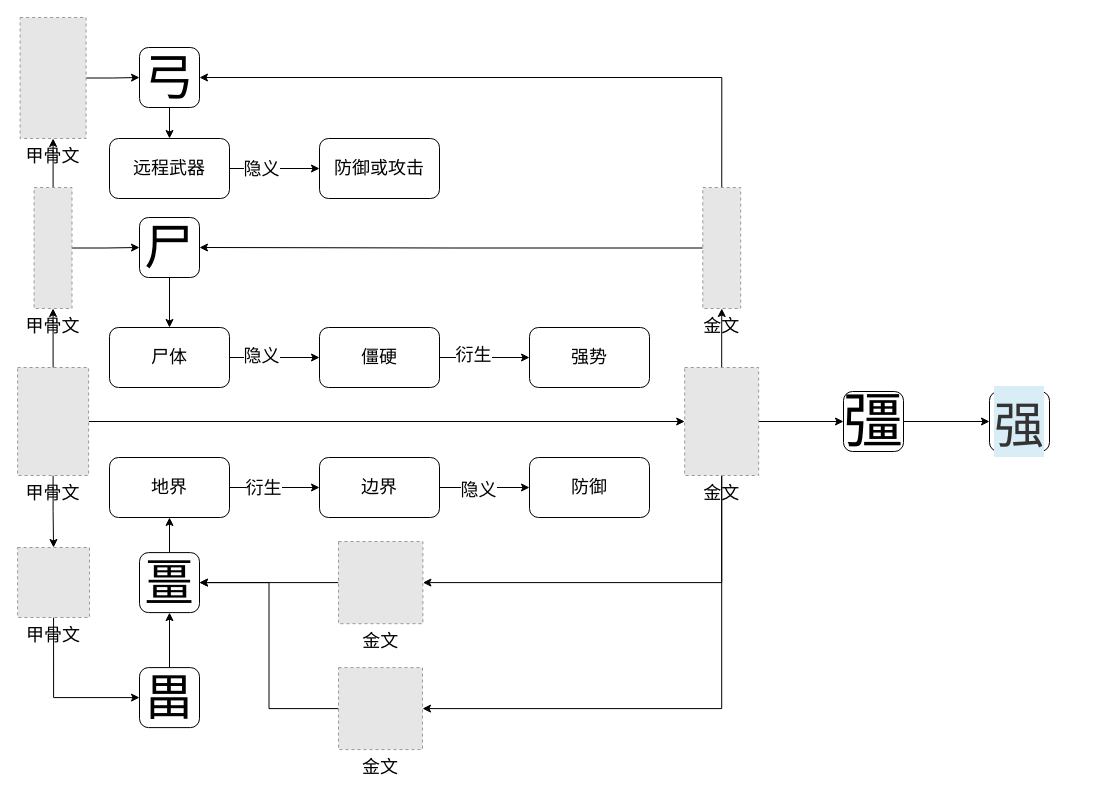
Above: diagram/sound_gang.drawio in GongLongDong/ChineseOrigin (draw.io), before the change. Source tidied: cells renumbered, new cells numbered last; positions are measured from the earlier drawing's top-left corner, leaving out a move shared by most shapes. Both pictures are drawn from the tidied source at 100%, with x=0, y=0 at pixel (17, 17). Pictures stored in the file or linked from it are replaced by grey dashed boxes.
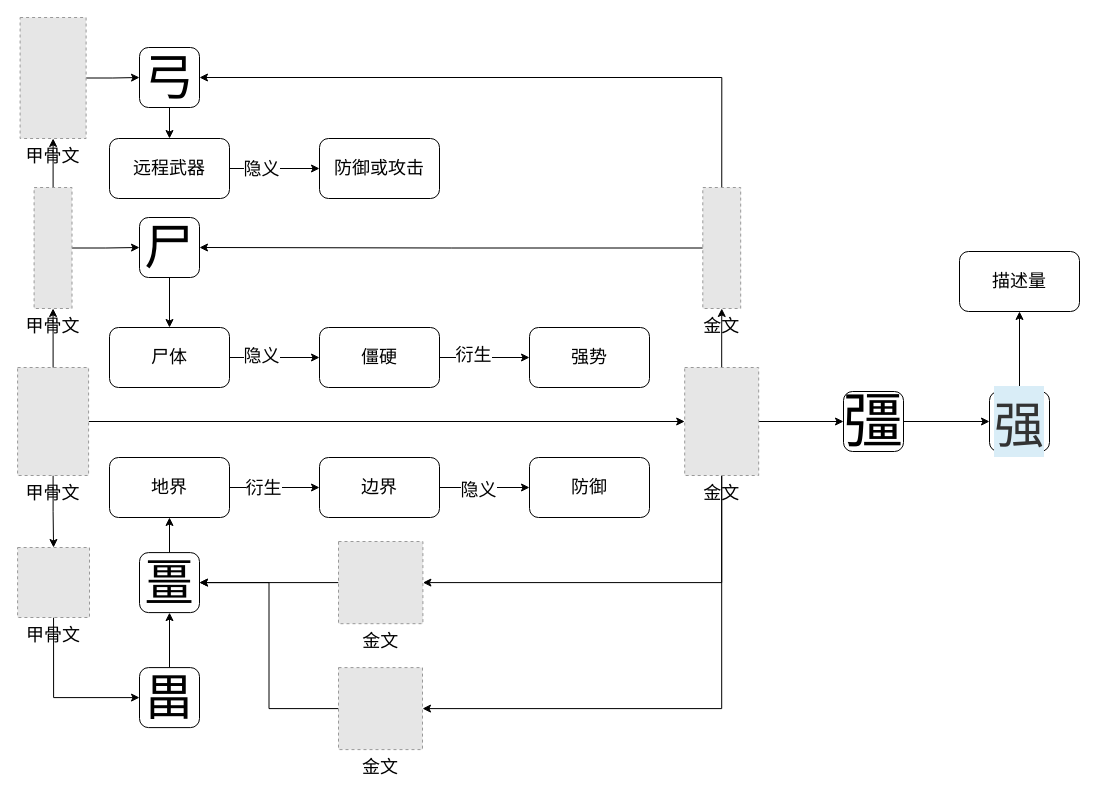
The same page after the edit.

Unchanged cells that the change refers to:
```xml
<mxCell id="30" value="&lt;span style=&quot;color: rgb(51 , 51 , 51) ; font-family: &amp;#34;helvetica neue&amp;#34; , &amp;#34;helvetica&amp;#34; , &amp;#34;arial&amp;#34; , sans-serif ; font-size: 50px ; background-color: rgb(217 , 237 , 247)&quot;&gt;强&lt;/span&gt;" style="rounded=1;whiteSpace=wrap;html=1;" parent="1" vertex="1">
  <mxGeometry x="972" y="374" width="60" height="60" as="geometry" />
</mxCell>
```

What changed in the source:
```diff
@@
+    <mxCell id="54" style="edgeStyle=orthogonalEdgeStyle;rounded=0;jettySize=auto;html=1;fontSize=18;" parent="1" edge="1" source="30" target="55">
+      <mxGeometry relative="1" as="geometry" />
+    </mxCell>
@@
+    <mxCell id="55" value="&lt;font style=&quot;font-size: 18px&quot;&gt;描述量&lt;/font&gt;" style="whiteSpace=wrap;html=1;rounded=1;" parent="1" vertex="1">
+      <mxGeometry x="942" y="234" width="120" height="60" as="geometry" />
+    </mxCell>
```
